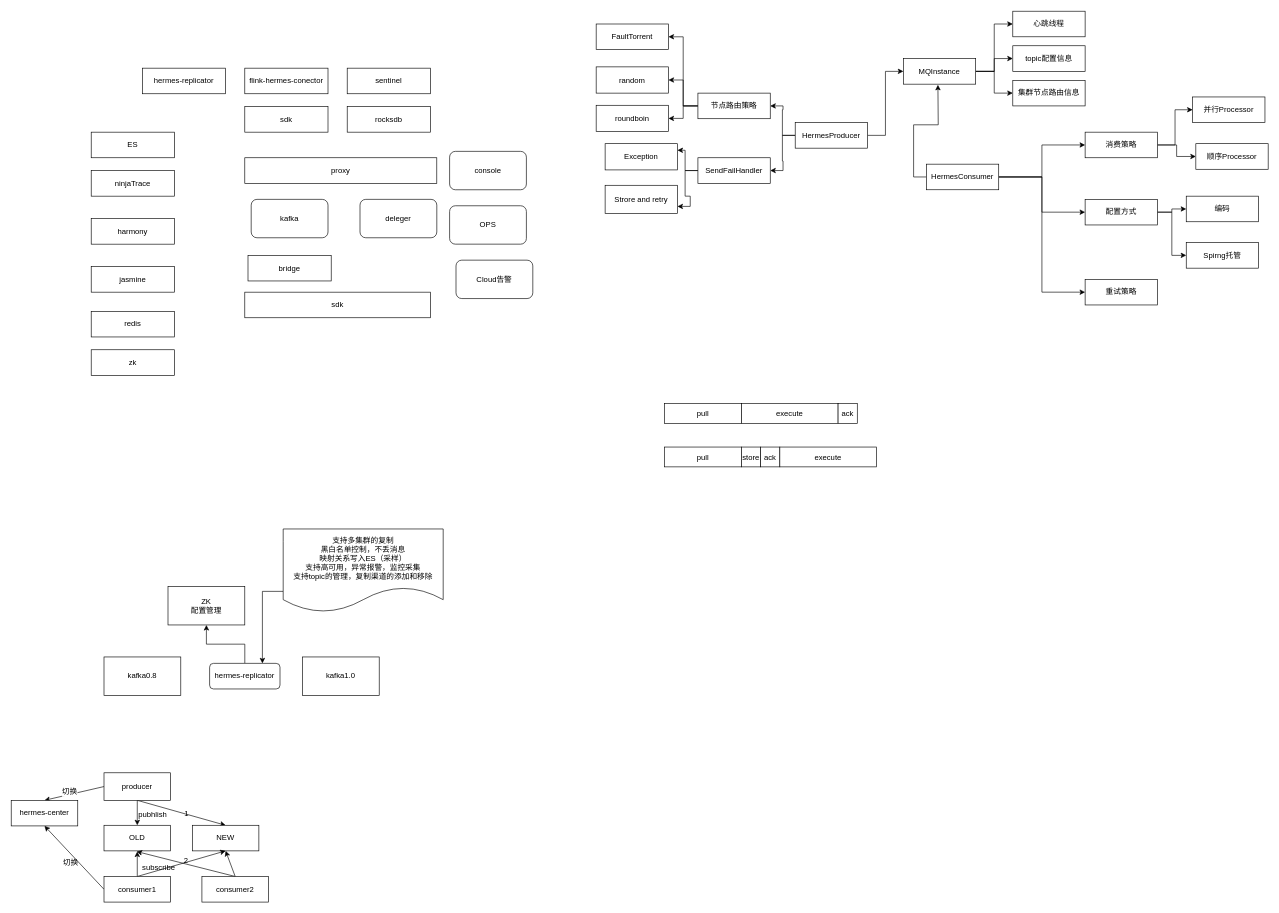
This is hermes.drawio from MihirrajDixit/drawio, a draw.io file, before an edit. Source tidied: cells renumbered, new cells numbered last; positions are measured from the earlier drawing's top-left corner, leaving out a move shared by most shapes. Both pictures are drawn from the tidied source at 64%, with x=0, y=0 at pixel (11, 11).
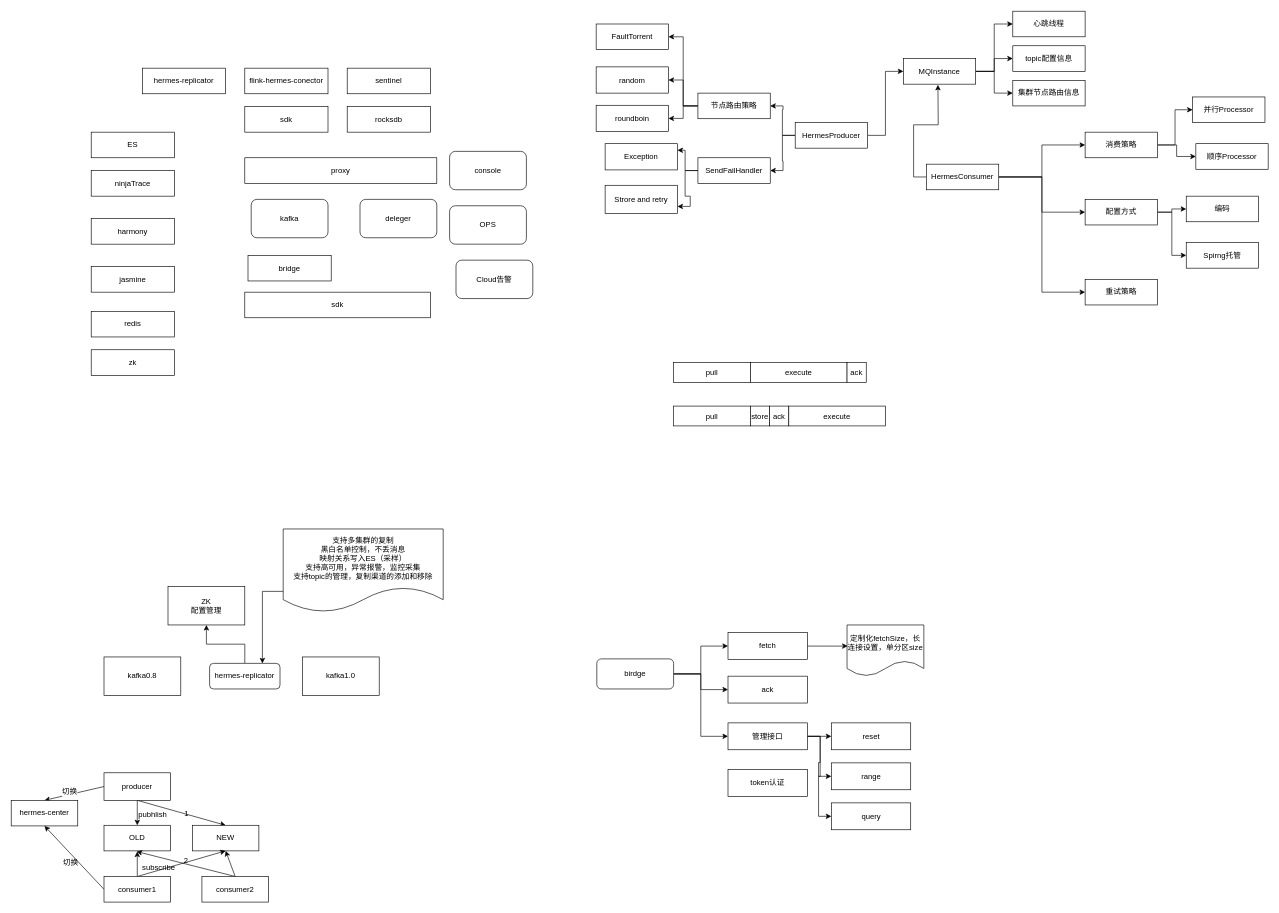
The same page after the edit.

Change to the diagram source:
```diff
@@
     <mxCell id="87" value="pull" style="rounded=0;whiteSpace=wrap;html=1;" parent="1" vertex="1">
-      <mxGeometry x="1021" y="613" width="120" height="31" as="geometry" />
+      <mxGeometry x="1035" y="549" width="120" height="31" as="geometry" />
     </mxCell>
     <mxCell id="88" value="execute" style="rounded=0;whiteSpace=wrap;html=1;" parent="1" vertex="1">
-      <mxGeometry x="1141" y="613" width="151" height="31" as="geometry" />
+      <mxGeometry x="1155" y="549" width="151" height="31" as="geometry" />
     </mxCell>
     <mxCell id="89" value="ack" style="rounded=0;whiteSpace=wrap;html=1;" parent="1" vertex="1">
-      <mxGeometry x="1292" y="613" width="30" height="31" as="geometry" />
+      <mxGeometry x="1306" y="549" width="30" height="31" as="geometry" />
     </mxCell>
     <mxCell id="90" value="pull" style="rounded=0;whiteSpace=wrap;html=1;" parent="1" vertex="1">
-      <mxGeometry x="1021" y="681" width="120" height="31" as="geometry" />
+      <mxGeometry x="1035" y="617" width="120" height="31" as="geometry" />
     </mxCell>
     <mxCell id="91" value="store" style="rounded=0;whiteSpace=wrap;html=1;" parent="1" vertex="1">
-      <mxGeometry x="1141" y="681" width="30" height="31" as="geometry" />
+      <mxGeometry x="1155" y="617" width="30" height="31" as="geometry" />
     </mxCell>
     <mxCell id="92" value="ack" style="rounded=0;whiteSpace=wrap;html=1;" parent="1" vertex="1">
-      <mxGeometry x="1171" y="681" width="30" height="31" as="geometry" />
+      <mxGeometry x="1185" y="617" width="30" height="31" as="geometry" />
     </mxCell>
     <mxCell id="93" value="execute" style="rounded=0;whiteSpace=wrap;html=1;" parent="1" vertex="1">
-      <mxGeometry x="1201" y="681" width="151" height="31" as="geometry" />
+      <mxGeometry x="1215" y="617" width="151" height="31" as="geometry" />
     </mxCell>
+    <mxCell id="94" style="edgeStyle=orthogonalEdgeStyle;rounded=0;jettySize=auto;html=1;exitX=1;exitY=0.5;exitDx=0;exitDy=0;entryX=0.008;entryY=0.413;entryDx=0;entryDy=0;entryPerimeter=0;" parent="1" edge="1" source="95" target="109">
+      <mxGeometry relative="1" as="geometry" />
+    </mxCell>
+    <mxCell id="95" value="fetch" style="rounded=0;whiteSpace=wrap;html=1;" parent="1" vertex="1">
+      <mxGeometry x="1120" y="971" width="124" height="42" as="geometry" />
+    </mxCell>
+    <mxCell id="96" value="ack" style="rounded=0;whiteSpace=wrap;html=1;" parent="1" vertex="1">
+      <mxGeometry x="1120" y="1039" width="124" height="42" as="geometry" />
+    </mxCell>
+    <mxCell id="97" style="edgeStyle=orthogonalEdgeStyle;rounded=0;jettySize=auto;html=1;exitX=1;exitY=0.5;exitDx=0;exitDy=0;entryX=0;entryY=0.5;entryDx=0;entryDy=0;" parent="1" edge="1" source="100" target="95">
+      <mxGeometry relative="1" as="geometry" />
+    </mxCell>
+    <mxCell id="98" style="edgeStyle=orthogonalEdgeStyle;rounded=0;jettySize=auto;html=1;exitX=1;exitY=0.5;exitDx=0;exitDy=0;" parent="1" edge="1" source="100" target="96">
+      <mxGeometry relative="1" as="geometry" />
+    </mxCell>
+    <mxCell id="99" style="edgeStyle=orthogonalEdgeStyle;rounded=0;jettySize=auto;html=1;exitX=1;exitY=0.5;exitDx=0;exitDy=0;entryX=0;entryY=0.5;entryDx=0;entryDy=0;" parent="1" edge="1" source="100" target="104">
+      <mxGeometry relative="1" as="geometry" />
+    </mxCell>
+    <mxCell id="100" value="birdge" style="rounded=1;whiteSpace=wrap;html=1;" parent="1" vertex="1">
+      <mxGeometry x="915" y="1012" width="120" height="47" as="geometry" />
+    </mxCell>
+    <mxCell id="101" style="edgeStyle=orthogonalEdgeStyle;rounded=0;jettySize=auto;html=1;exitX=1;exitY=0.5;exitDx=0;exitDy=0;entryX=0;entryY=0.5;entryDx=0;entryDy=0;" parent="1" edge="1" source="104" target="105">
+      <mxGeometry relative="1" as="geometry" />
+    </mxCell>
+    <mxCell id="102" style="edgeStyle=orthogonalEdgeStyle;rounded=0;jettySize=auto;html=1;exitX=1;exitY=0.5;exitDx=0;exitDy=0;entryX=0;entryY=0.5;entryDx=0;entryDy=0;" parent="1" edge="1" source="104" target="106">
+      <mxGeometry relative="1" as="geometry" />
+    </mxCell>
+    <mxCell id="103" style="edgeStyle=orthogonalEdgeStyle;rounded=0;jettySize=auto;html=1;exitX=1;exitY=0.5;exitDx=0;exitDy=0;entryX=0;entryY=0.5;entryDx=0;entryDy=0;" parent="1" edge="1" source="104" target="107">
+      <mxGeometry relative="1" as="geometry" />
+    </mxCell>
+    <mxCell id="104" value="管理接口" style="rounded=0;whiteSpace=wrap;html=1;" parent="1" vertex="1">
+      <mxGeometry x="1120" y="1112" width="124" height="42" as="geometry" />
+    </mxCell>
+    <mxCell id="105" value="reset" style="rounded=0;whiteSpace=wrap;html=1;" parent="1" vertex="1">
+      <mxGeometry x="1281.5" y="1112" width="124" height="42" as="geometry" />
+    </mxCell>
+    <mxCell id="106" value="range" style="rounded=0;whiteSpace=wrap;html=1;" parent="1" vertex="1">
+      <mxGeometry x="1281.5" y="1174.5" width="124" height="42" as="geometry" />
+    </mxCell>
+    <mxCell id="107" value="query" style="rounded=0;whiteSpace=wrap;html=1;" parent="1" vertex="1">
+      <mxGeometry x="1281.5" y="1237" width="124" height="42" as="geometry" />
+    </mxCell>
+    <mxCell id="108" value="token认证" style="rounded=0;whiteSpace=wrap;html=1;" parent="1" vertex="1">
+      <mxGeometry x="1120" y="1185" width="124" height="42" as="geometry" />
+    </mxCell>
+    <mxCell id="109" value="定制化fetchSize，长连接设置，单分区size" style="shape=document;whiteSpace=wrap;html=1;boundedLbl=1;" parent="1" vertex="1">
+      <mxGeometry x="1306" y="959" width="120" height="80" as="geometry" />
+    </mxCell>
```
